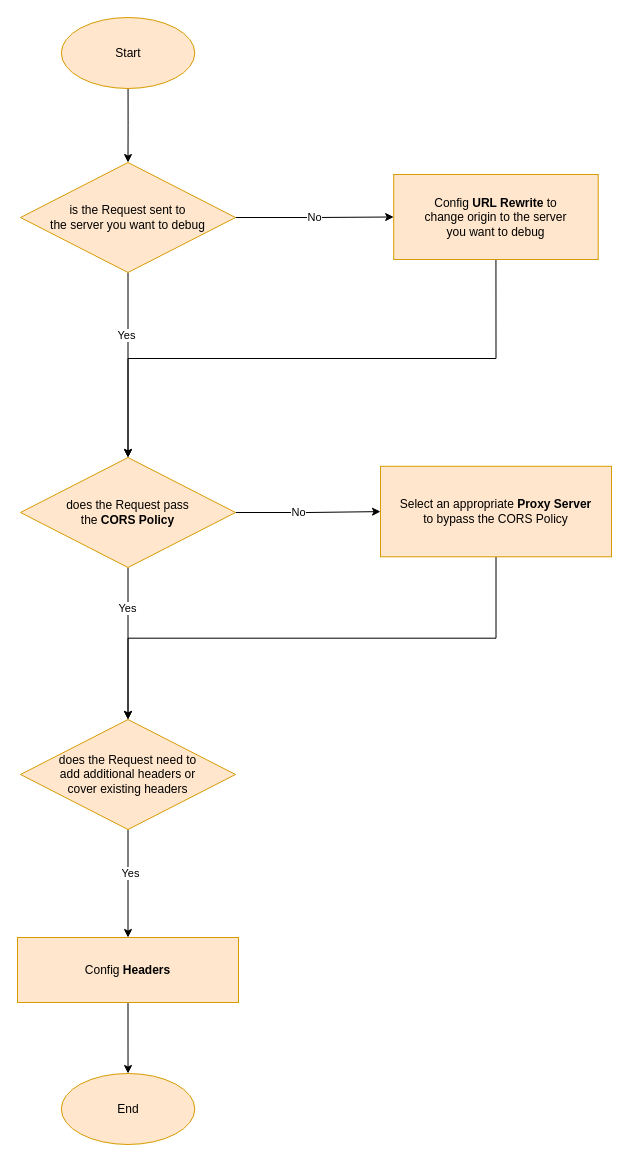
The draw.io diagram API Proxy.drawio in Zsynuting/diagram, before the edit. Source tidied: cells renumbered, new cells numbered last; positions are measured from the earlier drawing's top-left corner, leaving out a move shared by most shapes. Both pictures are drawn from the tidied source at 100%, with x=0, y=0 at pixel (17, 17).
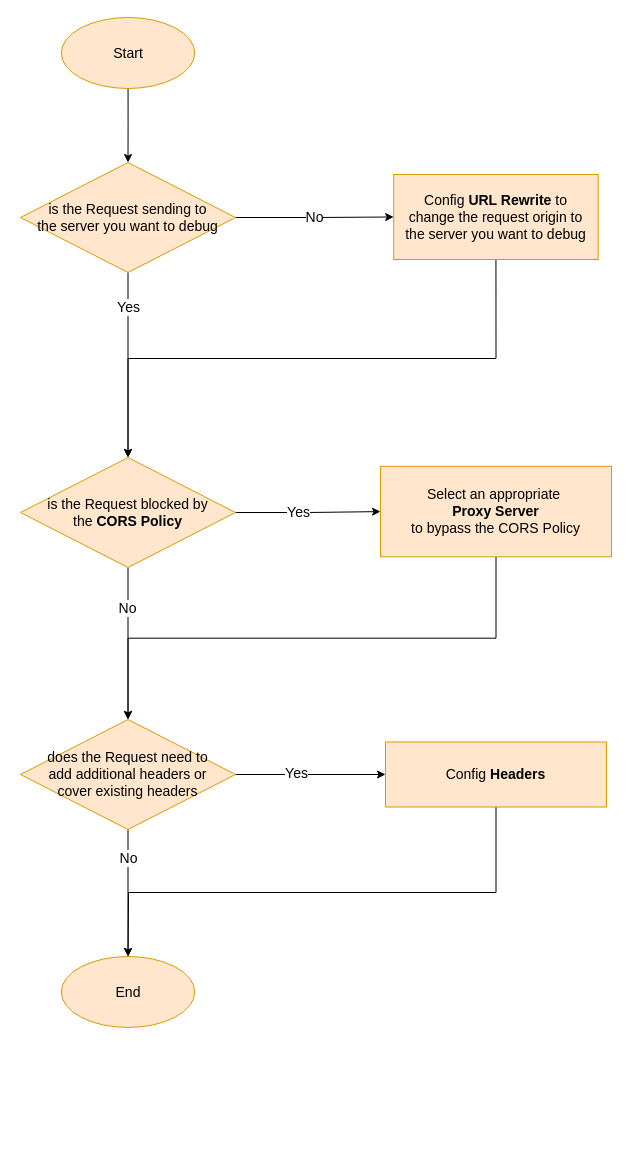
After the change.

What changed in the source:
```diff
@@
-    <mxCell id="2" style="edgeStyle=orthogonalEdgeStyle;rounded=0;jettySize=auto;html=1;strokeWidth=1;" parent="1" edge="1" source="3" target="7">
+    <mxCell id="2" style="edgeStyle=orthogonalEdgeStyle;rounded=0;jettySize=auto;html=1;strokeWidth=1;fontSize=14;" parent="1" edge="1" source="3" target="7">
       <mxGeometry relative="1" as="geometry" />
     </mxCell>
-    <mxCell id="3" value="Start" style="ellipse;whiteSpace=wrap;html=1;fillColor=#ffe6cc;strokeColor=#d79b00;" parent="1" vertex="1">
+    <mxCell id="3" value="Start" style="ellipse;whiteSpace=wrap;html=1;fillColor=#ffe6cc;strokeColor=#d79b00;fontSize=14;" parent="1" vertex="1">
       <mxGeometry x="43.8" width="133.5" height="71" as="geometry" />
     </mxCell>
-    <mxCell id="4" style="edgeStyle=orthogonalEdgeStyle;rounded=0;jettySize=auto;html=1;" parent="1" edge="1" source="7" target="12">
+    <mxCell id="4" style="edgeStyle=orthogonalEdgeStyle;rounded=0;jettySize=auto;html=1;fontSize=14;" parent="1" edge="1" source="7" target="12">
       <mxGeometry relative="1" as="geometry" />
     </mxCell>
-    <mxCell id="5" value="Yes" style="edgeLabel;html=1;align=center;verticalAlign=middle;" parent="4" vertex="1">
-      <mxGeometry x="-0.33" y="-2" relative="1" as="geometry" />
+    <mxCell id="5" value="Yes" style="edgeLabel;html=1;align=center;verticalAlign=middle;fontSize=14;" parent="4" vertex="1">
+      <mxGeometry x="-0.33" y="-2" relative="1" as="geometry">
+        <mxPoint x="2" y="-28" as="offset" />
+      </mxGeometry>
     </mxCell>
-    <mxCell id="6" value="No" style="edgeStyle=orthogonalEdgeStyle;rounded=0;jettySize=auto;html=1;" parent="1" edge="1" source="7" target="14">
+    <mxCell id="6" value="No" style="edgeStyle=orthogonalEdgeStyle;rounded=0;jettySize=auto;html=1;fontSize=14;" parent="1" edge="1" source="7" target="14">
       <mxGeometry relative="1" as="geometry" />
     </mxCell>
-    <mxCell id="7" value="is the Request sent to&lt;br&gt;the server you want to debug" style="rhombus;whiteSpace=wrap;html=1;fillColor=#ffe6cc;strokeColor=#d79b00;" parent="1" vertex="1">
+    <mxCell id="7" value="is the Request sending to&lt;br style=&quot;font-size: 14px;&quot;&gt;the server you want to debug" style="rhombus;whiteSpace=wrap;html=1;fillColor=#ffe6cc;strokeColor=#d79b00;fontSize=14;" parent="1" vertex="1">
       <mxGeometry x="3" y="145" width="215" height="110" as="geometry" />
     </mxCell>
-    <mxCell id="8" style="edgeStyle=orthogonalEdgeStyle;rounded=0;jettySize=auto;html=1;" parent="1" edge="1" source="12" target="17">
+    <mxCell id="8" style="edgeStyle=orthogonalEdgeStyle;rounded=0;jettySize=auto;html=1;fontSize=14;" parent="1" edge="1" source="12" target="17">
       <mxGeometry relative="1" as="geometry" />
     </mxCell>
-    <mxCell id="9" value="Yes" style="edgeLabel;html=1;align=center;verticalAlign=middle;" parent="8" vertex="1">
+    <mxCell id="9" value="No" style="edgeLabel;html=1;align=center;verticalAlign=middle;fontSize=14;" parent="8" vertex="1">
       <mxGeometry x="-0.2" relative="1" as="geometry">
         <mxPoint x="-1" y="-21" as="offset" />
       </mxGeometry>
     </mxCell>
-    <mxCell id="10" style="edgeStyle=orthogonalEdgeStyle;rounded=0;jettySize=auto;html=1;" parent="1" edge="1" source="12" target="19">
+    <mxCell id="10" style="edgeStyle=orthogonalEdgeStyle;rounded=0;jettySize=auto;html=1;fontSize=14;" parent="1" edge="1" source="12" target="19">
       <mxGeometry relative="1" as="geometry" />
     </mxCell>
-    <mxCell id="11" value="No" style="edgeLabel;html=1;align=center;verticalAlign=middle;" parent="10" vertex="1">
+    <mxCell id="11" value="Yes" style="edgeLabel;html=1;align=center;verticalAlign=middle;fontSize=14;" parent="10" vertex="1">
       <mxGeometry x="-0.21" y="4" relative="1" as="geometry">
         <mxPoint x="4" y="3" as="offset" />
       </mxGeometry>
     </mxCell>
-    <mxCell id="12" value="does the Request pass&lt;br&gt;the&amp;nbsp;&lt;b&gt;CORS Policy&lt;/b&gt;" style="rhombus;whiteSpace=wrap;html=1;fillColor=#ffe6cc;strokeColor=#d79b00;" parent="1" vertex="1">
+    <mxCell id="12" value="is the Request blocked by&lt;br style=&quot;font-size: 14px;&quot;&gt;the&amp;nbsp;&lt;b style=&quot;font-size: 14px;&quot;&gt;CORS Policy&lt;/b&gt;" style="rhombus;whiteSpace=wrap;html=1;fillColor=#ffe6cc;strokeColor=#d79b00;fontSize=14;" parent="1" vertex="1">
       <mxGeometry x="3" y="440" width="215" height="110" as="geometry" />
     </mxCell>
-    <mxCell id="13" style="edgeStyle=orthogonalEdgeStyle;rounded=0;jettySize=auto;html=1;exitX=0.5;exitY=1;exitDx=0;exitDy=0;entryX=0.5;entryY=0;entryDx=0;entryDy=0;" parent="1" edge="1" source="14" target="12">
+    <mxCell id="13" style="edgeStyle=orthogonalEdgeStyle;rounded=0;jettySize=auto;html=1;exitX=0.5;exitY=1;exitDx=0;exitDy=0;entryX=0.5;entryY=0;entryDx=0;entryDy=0;fontSize=14;" parent="1" edge="1" source="14" target="12">
       <mxGeometry relative="1" as="geometry" />
     </mxCell>
-    <mxCell id="14" value="Config&lt;b&gt; URL Rewrite &lt;/b&gt;to &lt;br&gt;change origin to the server&lt;br&gt;you want to debug" style="whiteSpace=wrap;html=1;fillColor=#ffe6cc;strokeColor=#d79b00;" parent="1" vertex="1">
+    <mxCell id="14" value="Config&lt;b style=&quot;font-size: 14px;&quot;&gt; URL Rewrite &lt;/b&gt;to &lt;br style=&quot;font-size: 14px;&quot;&gt;change the request origin to &lt;br style=&quot;font-size: 14px;&quot;&gt;the server you want to debug" style="whiteSpace=wrap;html=1;fillColor=#ffe6cc;strokeColor=#d79b00;fontSize=14;" parent="1" vertex="1">
       <mxGeometry x="376.2" y="157" width="204.5" height="85" as="geometry" />
     </mxCell>
-    <mxCell id="15" style="edgeStyle=orthogonalEdgeStyle;rounded=0;jettySize=auto;html=1;" parent="1" edge="1" source="17" target="21">
+    <mxCell id="15" style="edgeStyle=orthogonalEdgeStyle;rounded=0;jettySize=auto;html=1;fontSize=14;" parent="1" edge="1" source="17" target="21">
       <mxGeometry relative="1" as="geometry" />
     </mxCell>
-    <mxCell id="16" value="Yes" style="edgeLabel;html=1;align=center;verticalAlign=middle;" parent="15" vertex="1">
+    <mxCell id="16" value="Yes" style="edgeLabel;html=1;align=center;verticalAlign=middle;fontSize=14;" parent="15" vertex="1">
       <mxGeometry x="-0.2" y="2" relative="1" as="geometry" />
     </mxCell>
+    <mxCell id="23" style="edgeStyle=orthogonalEdgeStyle;rounded=0;jettySize=auto;html=1;fontSize=14;" parent="1" edge="1" source="17" target="22">
+      <mxGeometry relative="1" as="geometry" />
+    </mxCell>
+    <mxCell id="24" value="No" style="edgeLabel;html=1;align=center;verticalAlign=middle;fontSize=14;" parent="23" vertex="1">
+      <mxGeometry x="-0.31" y="2" relative="1" as="geometry">
+        <mxPoint x="-2" y="-16" as="offset" />
+      </mxGeometry>
+    </mxCell>
-    <mxCell id="17" value="does the Request need to&lt;br style=&quot;border-color: var(--border-color);&quot;&gt;add additional headers or&lt;br style=&quot;border-color: var(--border-color);&quot;&gt;cover existing headers" style="rhombus;whiteSpace=wrap;html=1;fillColor=#ffe6cc;strokeColor=#d79b00;" parent="1" vertex="1">
+    <mxCell id="17" value="does the Request need to&lt;br style=&quot;border-color: var(--border-color); font-size: 14px;&quot;&gt;add additional headers or&lt;br style=&quot;border-color: var(--border-color); font-size: 14px;&quot;&gt;cover existing headers" style="rhombus;whiteSpace=wrap;html=1;fillColor=#ffe6cc;strokeColor=#d79b00;fontSize=14;" parent="1" vertex="1">
       <mxGeometry x="3" y="702" width="215" height="110" as="geometry" />
     </mxCell>
-    <mxCell id="18" style="edgeStyle=orthogonalEdgeStyle;rounded=0;jettySize=auto;html=1;exitX=0.5;exitY=1;exitDx=0;exitDy=0;" parent="1" edge="1" source="19" target="17">
+    <mxCell id="18" style="edgeStyle=orthogonalEdgeStyle;rounded=0;jettySize=auto;html=1;exitX=0.5;exitY=1;exitDx=0;exitDy=0;fontSize=14;" parent="1" edge="1" source="19" target="17">
       <mxGeometry relative="1" as="geometry" />
     </mxCell>
-    <mxCell id="19" value="Select an appropriate&amp;nbsp;&lt;b&gt;Proxy Server&lt;/b&gt;&lt;br&gt;to bypass the CORS Policy" style="whiteSpace=wrap;html=1;fillColor=#ffe6cc;strokeColor=#d79b00;" parent="1" vertex="1">
+    <mxCell id="19" value="Select an appropriate&amp;nbsp;&lt;br style=&quot;font-size: 14px;&quot;&gt;&lt;b style=&quot;font-size: 14px;&quot;&gt;Proxy Server&lt;/b&gt;&lt;br style=&quot;font-size: 14px;&quot;&gt;to bypass the CORS Policy" style="whiteSpace=wrap;html=1;fillColor=#ffe6cc;strokeColor=#d79b00;fontSize=14;" parent="1" vertex="1">
       <mxGeometry x="363" y="448.8" width="231" height="90.5" as="geometry" />
     </mxCell>
-    <mxCell id="20" style="edgeStyle=orthogonalEdgeStyle;rounded=0;jettySize=auto;html=1;" parent="1" edge="1" source="21" target="22">
-      <mxGeometry relative="1" as="geometry" />
+    <mxCell id="20" style="edgeStyle=orthogonalEdgeStyle;rounded=0;jettySize=auto;html=1;fontSize=14;" parent="1" edge="1" source="21" target="22">
+      <mxGeometry relative="1" as="geometry">
+        <Array as="points">
+          <mxPoint x="479" y="875" />
+          <mxPoint x="111" y="875" />
+        </Array>
+      </mxGeometry>
     </mxCell>
-    <mxCell id="21" value="Config &lt;b&gt;Headers&lt;/b&gt;" style="whiteSpace=wrap;html=1;fillColor=#ffe6cc;strokeColor=#d79b00;" parent="1" vertex="1">
-      <mxGeometry y="920" width="221" height="65" as="geometry" />
+    <mxCell id="21" value="Config &lt;b style=&quot;font-size: 14px;&quot;&gt;Headers&lt;/b&gt;" style="whiteSpace=wrap;html=1;fillColor=#ffe6cc;strokeColor=#d79b00;fontSize=14;" parent="1" vertex="1">
+      <mxGeometry x="368" y="724.5" width="221" height="65" as="geometry" />
     </mxCell>
-    <mxCell id="22" value="End" style="ellipse;whiteSpace=wrap;html=1;fillColor=#ffe6cc;strokeColor=#d79b00;" parent="1" vertex="1">
-      <mxGeometry x="43.8" y="1056" width="133.5" height="71" as="geometry" />
+    <mxCell id="22" value="End" style="ellipse;whiteSpace=wrap;html=1;fillColor=#ffe6cc;strokeColor=#d79b00;fontSize=14;" parent="1" vertex="1">
+      <mxGeometry x="43.8" y="939" width="133.5" height="71" as="geometry" />
     </mxCell>
```
